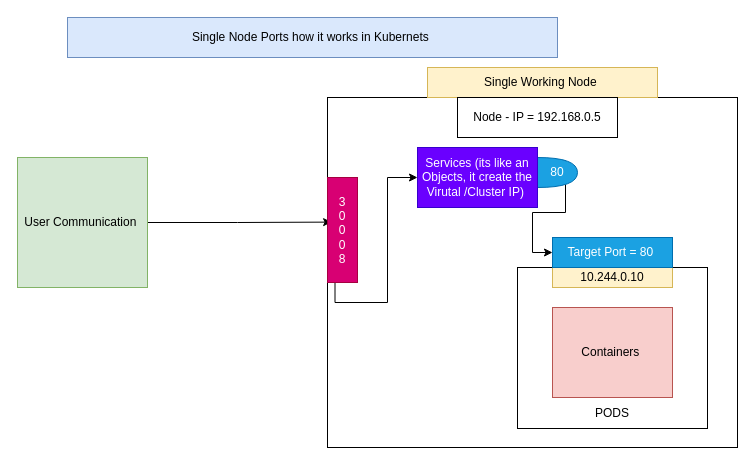
Earlier version of the draw.io diagram Kubernetes-Node Ports.drawio (prashanthgowdaN/Kubernets_learing-). Source tidied: cells renumbered, new cells numbered last; positions are measured from the earlier drawing's top-left corner, leaving out a move shared by most shapes. Both pictures are drawn from the tidied source at 100%, with x=0, y=0 at pixel (17, 17).
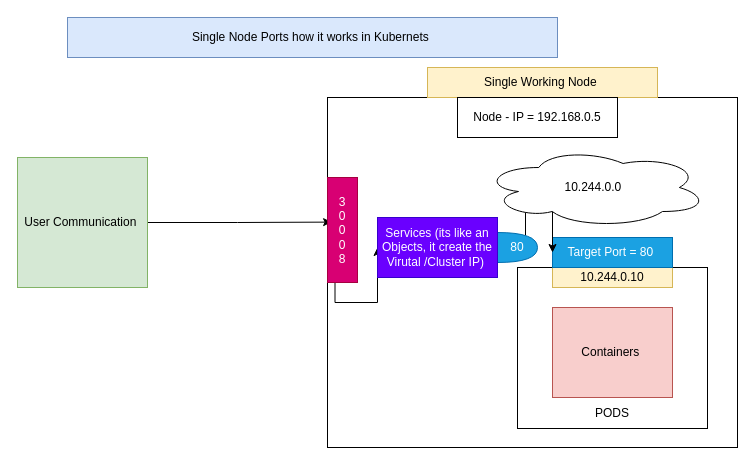
The same diagram, later.

Diff of the diagram source:
```diff
@@
 <mxGraphModel>
   <root>
     <mxCell id="0" />
     <mxCell id="1" parent="0" />
     <mxCell id="2" value="Single Node Ports how it works in Kubernets&amp;nbsp;" style="rounded=0;whiteSpace=wrap;html=1;fillColor=#dae8fc;strokeColor=#6c8ebf;" parent="1" vertex="1">
       <mxGeometry x="50" width="490" height="40" as="geometry" />
     </mxCell>
     <mxCell id="3" style="rounded=0;whiteSpace=wrap;html=1;" parent="1" vertex="1">
       <mxGeometry x="310" y="80" width="410" height="350" as="geometry" />
     </mxCell>
     <mxCell id="4" style="edgeStyle=orthogonalEdgeStyle;rounded=0;jettySize=auto;html=1;entryX=0.01;entryY=0.356;entryDx=0;entryDy=0;entryPerimeter=0;" parent="1" edge="1" source="5" target="3">
       <mxGeometry relative="1" as="geometry" />
     </mxCell>
     <mxCell id="5" value="User Communication&amp;nbsp;" style="whiteSpace=wrap;html=1;fillColor=#d5e8d4;strokeColor=#82b366;" parent="1" vertex="1">
       <mxGeometry y="140" width="130" height="130" as="geometry" />
     </mxCell>
     <mxCell id="6" value="Single Working Node&amp;nbsp;" style="rounded=0;whiteSpace=wrap;html=1;fillColor=#fff2cc;strokeColor=#d6b656;" parent="1" vertex="1">
       <mxGeometry x="410" y="50" width="230" height="30" as="geometry" />
     </mxCell>
     <mxCell id="7" value="Node - IP = 192.168.0.5" style="rounded=0;whiteSpace=wrap;html=1;" parent="1" vertex="1">
       <mxGeometry x="440" y="80" width="160" height="40" as="geometry" />
     </mxCell>
     <mxCell id="8" value="&lt;br&gt;&lt;br&gt;&lt;br&gt;&lt;br&gt;&lt;br&gt;&lt;br&gt;&lt;br&gt;&lt;br&gt;&lt;br&gt;PODS" style="rounded=0;whiteSpace=wrap;html=1;" parent="1" vertex="1">
       <mxGeometry x="500" y="250" width="190" height="161" as="geometry" />
     </mxCell>
     <mxCell id="9" value="Containers&amp;nbsp;" style="rounded=0;whiteSpace=wrap;html=1;fillColor=#f8cecc;strokeColor=#b85450;" parent="1" vertex="1">
       <mxGeometry x="535" y="290" width="120" height="90" as="geometry" />
     </mxCell>
     <mxCell id="10" value="10.244.0.10" style="rounded=0;whiteSpace=wrap;html=1;fillColor=#fff2cc;strokeColor=#d6b656;" parent="1" vertex="1">
       <mxGeometry x="535" y="250" width="120" height="20" as="geometry" />
     </mxCell>
     <mxCell id="11" value="Target Port = 80&amp;nbsp;" style="rounded=0;whiteSpace=wrap;html=1;fillColor=#1ba1e2;strokeColor=#006EAF;fontColor=#ffffff;" parent="1" vertex="1">
       <mxGeometry x="535" y="220" width="120" height="30" as="geometry" />
     </mxCell>
     <mxCell id="12" style="edgeStyle=orthogonalEdgeStyle;rounded=0;jettySize=auto;html=1;exitX=0.7;exitY=0.1;exitDx=0;exitDy=0;exitPerimeter=0;entryX=0;entryY=0.5;entryDx=0;entryDy=0;" parent="1" edge="1" source="13" target="11">
-      <mxGeometry relative="1" as="geometry" />
+      <mxGeometry relative="1" as="geometry">
+        <Array as="points">
+          <mxPoint x="508" y="190" />
+          <mxPoint x="535" y="190" />
+        </Array>
+      </mxGeometry>
     </mxCell>
     <mxCell id="13" value="80" style="shape=or;whiteSpace=wrap;html=1;fillColor=#1ba1e2;strokeColor=#006EAF;fontColor=#ffffff;" parent="1" vertex="1">
-      <mxGeometry x="520" y="140" width="40" height="30" as="geometry" />
+      <mxGeometry x="480" y="215" width="40" height="30" as="geometry" />
     </mxCell>
     <mxCell id="14" style="edgeStyle=orthogonalEdgeStyle;rounded=0;jettySize=auto;html=1;exitX=0.25;exitY=1;exitDx=0;exitDy=0;" parent="1" edge="1" source="15" target="16">
       <mxGeometry relative="1" as="geometry" />
     </mxCell>
     <mxCell id="15" value="3&lt;br&gt;0&lt;br&gt;0&lt;br&gt;0&lt;br&gt;8" style="rounded=0;whiteSpace=wrap;html=1;fillColor=#d80073;strokeColor=#A50040;fontColor=#ffffff;" parent="1" vertex="1">
       <mxGeometry x="310" y="160" width="30" height="105" as="geometry" />
     </mxCell>
     <mxCell id="16" value="Services (its like an Objects, it create the Virutal /Cluster IP)&amp;nbsp;" style="rounded=0;whiteSpace=wrap;html=1;fillColor=#6a00ff;strokeColor=#3700CC;fontColor=#ffffff;" parent="1" vertex="1">
-      <mxGeometry x="400" y="130" width="120" height="60" as="geometry" />
+      <mxGeometry x="360" y="200" width="120" height="60" as="geometry" />
     </mxCell>
+    <mxCell id="17" value="10.244.0.0&amp;nbsp;" style="ellipse;shape=cloud;whiteSpace=wrap;html=1;" parent="1" vertex="1">
+      <mxGeometry x="465" y="130" width="225" height="80" as="geometry" />
+    </mxCell>
   </root>
 </mxGraphModel>
```
